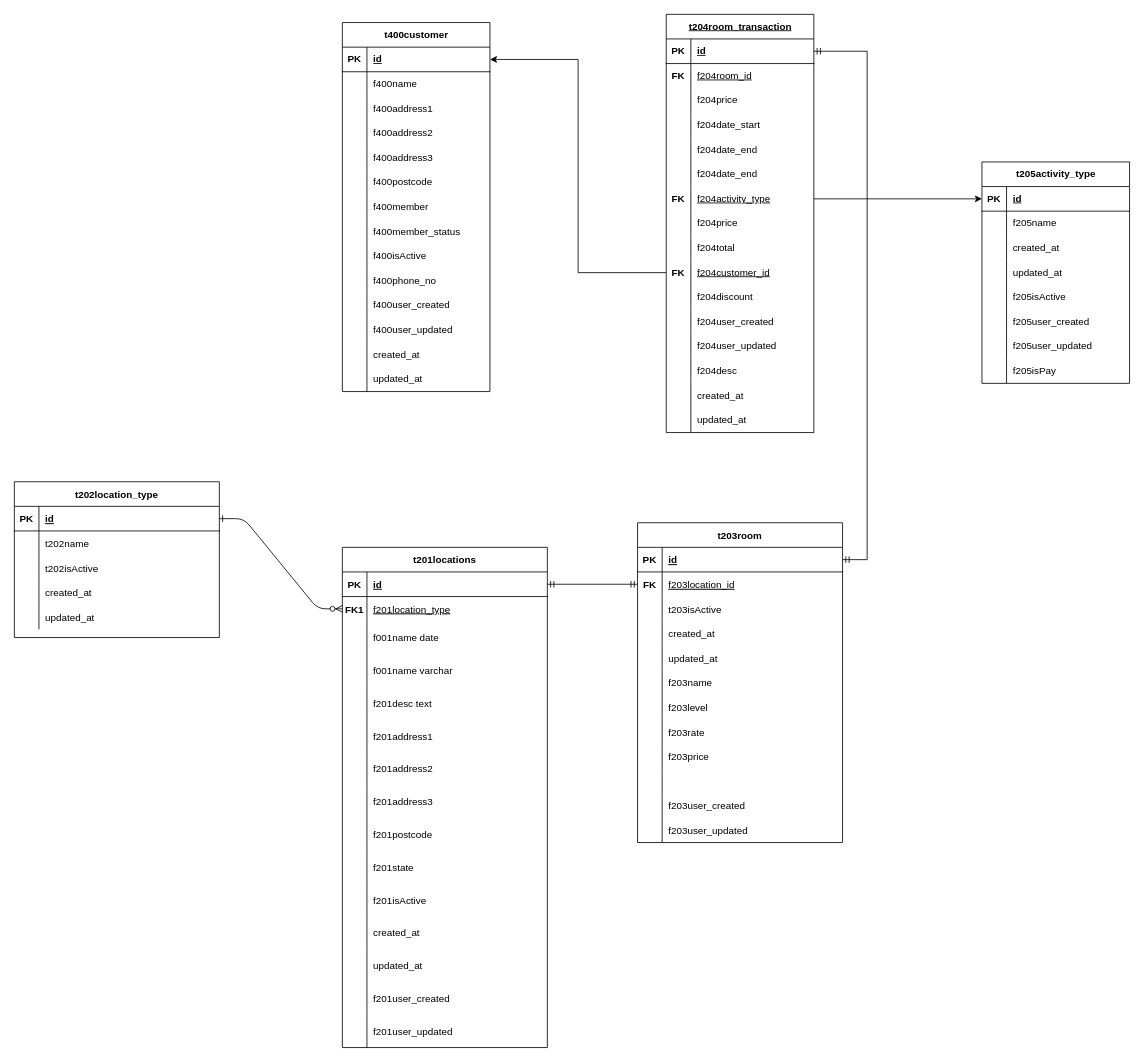
Above: page "Rental Activity" (1 of 3) of rentall_app.drawio in harishaikal940322/diagram (draw.io), before the change. Source tidied: cells renumbered, new cells numbered last; positions are measured from the earlier drawing's top-left corner, leaving out a move shared by most shapes. Both pictures are drawn from the tidied source at 82%, with x=0, y=0 at pixel (14, 14).
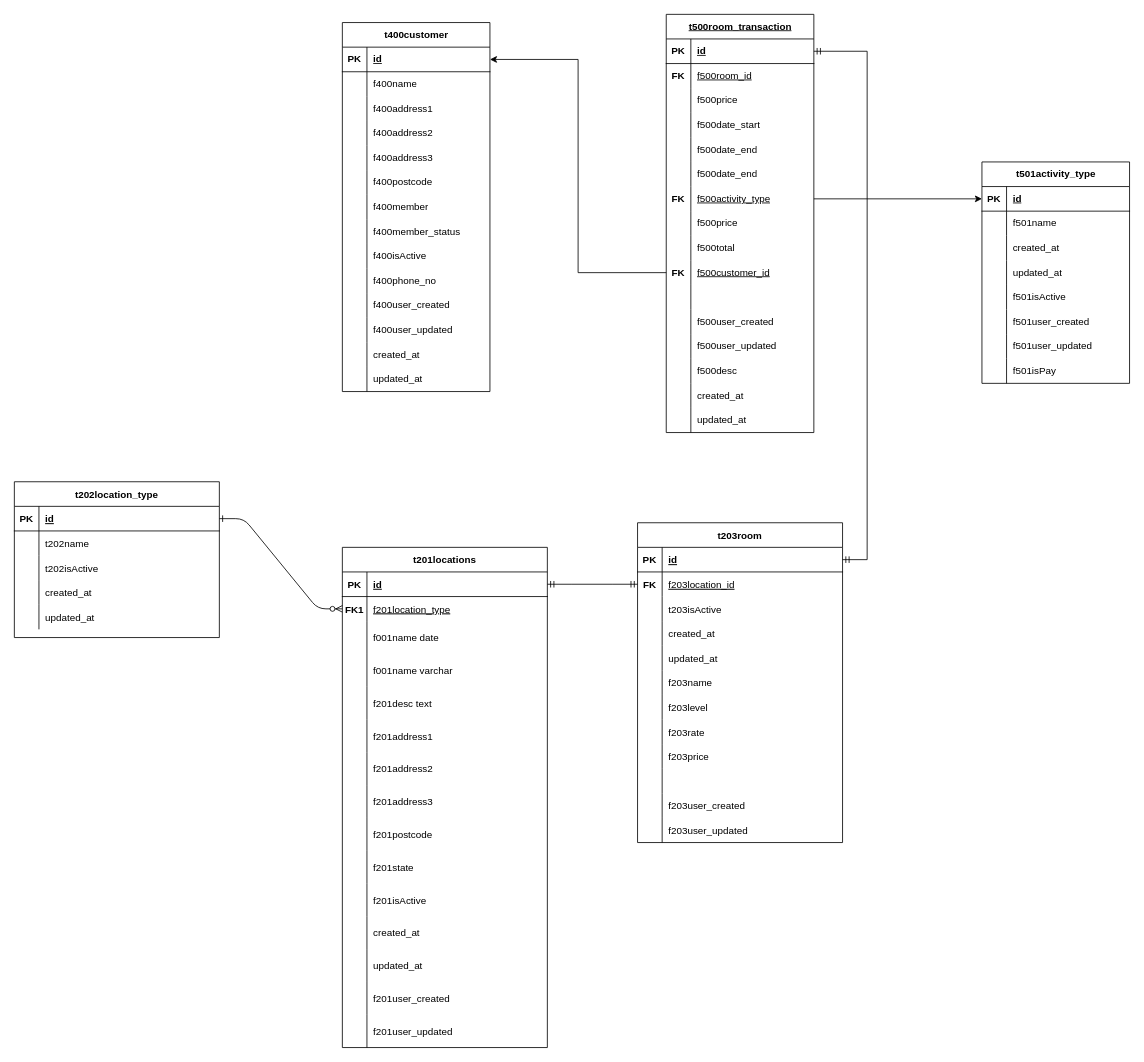
The same page after the edit.

The change refers to these unchanged cells:
```xml
<mxCell id="106" style="shape=tableRow;horizontal=0;startSize=0;swimlaneHead=0;swimlaneBody=0;fillColor=none;top=0;left=0;right=0;bottom=0;" parent="102" vertex="1">
  <mxGeometry y="60" width="180" height="30" as="geometry" />
</mxCell>
<mxCell id="109" style="shape=tableRow;horizontal=0;startSize=0;swimlaneHead=0;swimlaneBody=0;fillColor=none;top=0;left=0;right=0;bottom=0;" parent="102" vertex="1">
  <mxGeometry y="90" width="180" height="30" as="geometry" />
</mxCell>
<mxCell id="112" style="shape=tableRow;horizontal=0;startSize=0;swimlaneHead=0;swimlaneBody=0;fillColor=none;top=0;left=0;right=0;bottom=0;" parent="102" vertex="1">
  <mxGeometry y="120" width="180" height="30" as="geometry" />
</mxCell>
<mxCell id="115" style="shape=tableRow;horizontal=0;startSize=0;swimlaneHead=0;swimlaneBody=0;fillColor=none;top=0;left=0;right=0;bottom=0;" parent="102" vertex="1">
  <mxGeometry y="150" width="180" height="30" as="geometry" />
</mxCell>
<mxCell id="118" style="shape=tableRow;horizontal=0;startSize=0;swimlaneHead=0;swimlaneBody=0;fillColor=none;top=0;left=0;right=0;bottom=0;" parent="102" vertex="1">
  <mxGeometry y="180" width="180" height="30" as="geometry" />
</mxCell>
<mxCell id="121" style="shape=tableRow;horizontal=0;startSize=0;swimlaneHead=0;swimlaneBody=0;fillColor=none;points=[[0,0.5],[1,0.5]];portConstraint=eastwest;top=0;left=0;right=0;bottom=0;" parent="102" vertex="1">
  <mxGeometry y="210" width="180" height="30" as="geometry" />
</mxCell>
<mxCell id="124" style="shape=tableRow;horizontal=0;startSize=0;swimlaneHead=0;swimlaneBody=0;fillColor=none;top=0;left=0;right=0;bottom=0;" parent="102" vertex="1">
  <mxGeometry y="240" width="180" height="30" as="geometry" />
</mxCell>
<mxCell id="127" style="shape=tableRow;horizontal=0;startSize=0;swimlaneHead=0;swimlaneBody=0;fillColor=none;top=0;left=0;right=0;bottom=0;" parent="102" vertex="1">
  <mxGeometry y="270" width="180" height="30" as="geometry" />
</mxCell>
<mxCell id="130" style="shape=tableRow;horizontal=0;startSize=0;swimlaneHead=0;swimlaneBody=0;fillColor=none;points=[[0,0.5],[1,0.5]];portConstraint=eastwest;top=0;left=0;right=0;bottom=0;" parent="102" vertex="1">
  <mxGeometry y="300" width="180" height="30" as="geometry" />
</mxCell>
<mxCell id="133" style="shape=tableRow;horizontal=0;startSize=0;swimlaneHead=0;swimlaneBody=0;fillColor=none;top=0;left=0;right=0;bottom=0;" parent="102" vertex="1">
  <mxGeometry y="330" width="180" height="30" as="geometry" />
</mxCell>
<mxCell id="136" style="shape=tableRow;horizontal=0;startSize=0;swimlaneHead=0;swimlaneBody=0;fillColor=none;top=0;left=0;right=0;bottom=0;" parent="102" vertex="1">
  <mxGeometry y="360" width="180" height="30" as="geometry" />
</mxCell>
<mxCell id="139" style="shape=tableRow;horizontal=0;startSize=0;swimlaneHead=0;swimlaneBody=0;fillColor=none;top=0;left=0;right=0;bottom=0;" parent="102" vertex="1">
  <mxGeometry y="390" width="180" height="30" as="geometry" />
</mxCell>
<mxCell id="142" style="shape=tableRow;horizontal=0;startSize=0;swimlaneHead=0;swimlaneBody=0;fillColor=none;top=0;left=0;right=0;bottom=0;" parent="102" vertex="1">
  <mxGeometry y="420" width="180" height="30" as="geometry" />
</mxCell>
<mxCell id="157" style="shape=tableRow;horizontal=0;startSize=0;swimlaneHead=0;swimlaneBody=0;fillColor=none;top=0;left=0;right=0;bottom=0;" parent="153" vertex="1">
  <mxGeometry y="60" width="180" height="30" as="geometry" />
</mxCell>
<mxCell id="166" style="shape=tableRow;horizontal=0;startSize=0;swimlaneHead=0;swimlaneBody=0;fillColor=none;top=0;left=0;right=0;bottom=0;" parent="153" vertex="1">
  <mxGeometry y="150" width="180" height="30" as="geometry" />
</mxCell>
<mxCell id="169" style="shape=tableRow;horizontal=0;startSize=0;swimlaneHead=0;swimlaneBody=0;fillColor=none;top=0;left=0;right=0;bottom=0;" parent="153" vertex="1">
  <mxGeometry y="180" width="180" height="30" as="geometry" />
</mxCell>
<mxCell id="172" style="shape=tableRow;horizontal=0;startSize=0;swimlaneHead=0;swimlaneBody=0;fillColor=none;top=0;left=0;right=0;bottom=0;" parent="153" vertex="1">
  <mxGeometry y="210" width="180" height="30" as="geometry" />
</mxCell>
<mxCell id="175" style="shape=tableRow;horizontal=0;startSize=0;swimlaneHead=0;swimlaneBody=0;fillColor=none;top=0;left=0;right=0;bottom=0;" parent="153" vertex="1">
  <mxGeometry y="240" width="180" height="30" as="geometry" />
</mxCell>
```

Diff of the diagram source:
```diff
@@
-    <mxCell id="102" value="t204room_transaction" style="shape=table;startSize=30;childLayout=tableLayout;rowLines=0;fontStyle=5;align=center;html=1;" parent="1" vertex="1">
+    <mxCell id="102" value="t500room_transaction" style="shape=table;startSize=30;childLayout=tableLayout;rowLines=0;fontStyle=5;align=center;html=1;" parent="1" vertex="1">
       <mxGeometry x="795" width="180" height="510" as="geometry" />
     </mxCell>
@@
-    <mxCell id="108" value="&lt;u&gt;f204room_id&lt;/u&gt;" style="shape=partialRectangle;fillColor=none;top=0;left=0;bottom=0;right=0;align=left;spacingLeft=6;overflow=hidden;whiteSpace=wrap;html=1;" parent="106" vertex="1">
+    <mxCell id="108" value="&lt;u&gt;f500room_id&lt;/u&gt;" style="shape=partialRectangle;fillColor=none;top=0;left=0;bottom=0;right=0;align=left;spacingLeft=6;overflow=hidden;whiteSpace=wrap;html=1;" parent="106" vertex="1">
       <mxGeometry x="30" width="150" height="30" as="geometry" />
     </mxCell>
@@
-    <mxCell id="111" value="f204price" style="shape=partialRectangle;fillColor=none;top=0;left=0;bottom=0;right=0;align=left;spacingLeft=6;overflow=hidden;whiteSpace=wrap;html=1;" parent="109" vertex="1">
+    <mxCell id="111" value="f&lt;span style=&quot;border-color: var(--border-color);&quot;&gt;500&lt;/span&gt;price" style="shape=partialRectangle;fillColor=none;top=0;left=0;bottom=0;right=0;align=left;spacingLeft=6;overflow=hidden;whiteSpace=wrap;html=1;" parent="109" vertex="1">
       <mxGeometry x="30" width="150" height="30" as="geometry" />
     </mxCell>
@@
-    <mxCell id="114" value="f204date_start" style="shape=partialRectangle;fillColor=none;top=0;left=0;bottom=0;right=0;align=left;spacingLeft=6;overflow=hidden;whiteSpace=wrap;html=1;" parent="112" vertex="1">
+    <mxCell id="114" value="f&lt;span style=&quot;border-color: var(--border-color);&quot;&gt;500&lt;/span&gt;date_start" style="shape=partialRectangle;fillColor=none;top=0;left=0;bottom=0;right=0;align=left;spacingLeft=6;overflow=hidden;whiteSpace=wrap;html=1;" parent="112" vertex="1">
       <mxGeometry x="30" width="150" height="30" as="geometry" />
     </mxCell>
@@
-    <mxCell id="117" value="f204date_end" style="shape=partialRectangle;fillColor=none;top=0;left=0;bottom=0;right=0;align=left;spacingLeft=6;overflow=hidden;whiteSpace=wrap;html=1;" parent="115" vertex="1">
+    <mxCell id="117" value="f500date_end" style="shape=partialRectangle;fillColor=none;top=0;left=0;bottom=0;right=0;align=left;spacingLeft=6;overflow=hidden;whiteSpace=wrap;html=1;" parent="115" vertex="1">
       <mxGeometry x="30" width="150" height="30" as="geometry" />
     </mxCell>
@@
-    <mxCell id="120" value="f204date_end" style="shape=partialRectangle;fillColor=none;top=0;left=0;bottom=0;right=0;align=left;spacingLeft=6;overflow=hidden;whiteSpace=wrap;html=1;" parent="118" vertex="1">
+    <mxCell id="120" value="f500date_end" style="shape=partialRectangle;fillColor=none;top=0;left=0;bottom=0;right=0;align=left;spacingLeft=6;overflow=hidden;whiteSpace=wrap;html=1;" parent="118" vertex="1">
       <mxGeometry x="30" width="150" height="30" as="geometry" />
     </mxCell>
@@
-    <mxCell id="123" value="&lt;u&gt;f204activity_type&lt;/u&gt;" style="shape=partialRectangle;fillColor=none;top=0;left=0;bottom=0;right=0;align=left;spacingLeft=6;overflow=hidden;whiteSpace=wrap;html=1;" parent="121" vertex="1">
+    <mxCell id="123" value="&lt;u&gt;f500activity_type&lt;/u&gt;" style="shape=partialRectangle;fillColor=none;top=0;left=0;bottom=0;right=0;align=left;spacingLeft=6;overflow=hidden;whiteSpace=wrap;html=1;" parent="121" vertex="1">
       <mxGeometry x="30" width="150" height="30" as="geometry" />
     </mxCell>
@@
-    <mxCell id="126" value="f204price" style="shape=partialRectangle;fillColor=none;top=0;left=0;bottom=0;right=0;align=left;spacingLeft=6;overflow=hidden;whiteSpace=wrap;html=1;" parent="124" vertex="1">
+    <mxCell id="126" value="f500price" style="shape=partialRectangle;fillColor=none;top=0;left=0;bottom=0;right=0;align=left;spacingLeft=6;overflow=hidden;whiteSpace=wrap;html=1;" parent="124" vertex="1">
       <mxGeometry x="30" width="150" height="30" as="geometry" />
     </mxCell>
@@
-    <mxCell id="129" value="f204total" style="shape=partialRectangle;fillColor=none;top=0;left=0;bottom=0;right=0;align=left;spacingLeft=6;overflow=hidden;whiteSpace=wrap;html=1;" parent="127" vertex="1">
+    <mxCell id="129" value="f500total" style="shape=partialRectangle;fillColor=none;top=0;left=0;bottom=0;right=0;align=left;spacingLeft=6;overflow=hidden;whiteSpace=wrap;html=1;" parent="127" vertex="1">
       <mxGeometry x="30" width="150" height="30" as="geometry" />
     </mxCell>
@@
-    <mxCell id="132" value="f204customer_id" style="shape=partialRectangle;fillColor=none;top=0;left=0;bottom=0;right=0;align=left;spacingLeft=6;overflow=hidden;whiteSpace=wrap;html=1;fontStyle=4;" parent="130" vertex="1">
+    <mxCell id="132" value="f500customer_id" style="shape=partialRectangle;fillColor=none;top=0;left=0;bottom=0;right=0;align=left;spacingLeft=6;overflow=hidden;whiteSpace=wrap;html=1;fontStyle=4;" parent="130" vertex="1">
       <mxGeometry x="30" width="150" height="30" as="geometry" />
     </mxCell>
@@
-    <mxCell id="135" value="f204discount" style="shape=partialRectangle;fillColor=none;top=0;left=0;bottom=0;right=0;align=left;spacingLeft=6;overflow=hidden;whiteSpace=wrap;html=1;fontStyle=0;" parent="133" vertex="1">
+    <mxCell id="135" style="shape=partialRectangle;fillColor=none;top=0;left=0;bottom=0;right=0;align=left;spacingLeft=6;overflow=hidden;whiteSpace=wrap;html=1;fontStyle=0;" parent="133" vertex="1">
       <mxGeometry x="30" width="150" height="30" as="geometry" />
     </mxCell>
@@
-    <mxCell id="138" value="f204user_created" style="shape=partialRectangle;fillColor=none;top=0;left=0;bottom=0;right=0;align=left;spacingLeft=6;overflow=hidden;whiteSpace=wrap;html=1;fontStyle=0;" parent="136" vertex="1">
+    <mxCell id="138" value="f500user_created" style="shape=partialRectangle;fillColor=none;top=0;left=0;bottom=0;right=0;align=left;spacingLeft=6;overflow=hidden;whiteSpace=wrap;html=1;fontStyle=0;" parent="136" vertex="1">
       <mxGeometry x="30" width="150" height="30" as="geometry" />
     </mxCell>
@@
-    <mxCell id="141" value="f204user_updated" style="shape=partialRectangle;fillColor=none;top=0;left=0;bottom=0;right=0;align=left;spacingLeft=6;overflow=hidden;whiteSpace=wrap;html=1;fontStyle=0;" parent="139" vertex="1">
+    <mxCell id="141" value="f500user_updated" style="shape=partialRectangle;fillColor=none;top=0;left=0;bottom=0;right=0;align=left;spacingLeft=6;overflow=hidden;whiteSpace=wrap;html=1;fontStyle=0;" parent="139" vertex="1">
       <mxGeometry x="30" width="150" height="30" as="geometry" />
     </mxCell>
@@
-    <mxCell id="144" value="f204desc" style="shape=partialRectangle;fillColor=none;top=0;left=0;bottom=0;right=0;align=left;spacingLeft=6;overflow=hidden;whiteSpace=wrap;html=1;fontStyle=0;" parent="142" vertex="1">
+    <mxCell id="144" value="f500desc" style="shape=partialRectangle;fillColor=none;top=0;left=0;bottom=0;right=0;align=left;spacingLeft=6;overflow=hidden;whiteSpace=wrap;html=1;fontStyle=0;" parent="142" vertex="1">
       <mxGeometry x="30" width="150" height="30" as="geometry" />
     </mxCell>
@@
-    <mxCell id="153" value="t205activity_type" style="shape=table;startSize=30;childLayout=tableLayout;rowLines=0;fontStyle=1;align=center;html=1;" parent="1" vertex="1">
+    <mxCell id="153" value="t501activity_type" style="shape=table;startSize=30;childLayout=tableLayout;rowLines=0;fontStyle=1;align=center;html=1;" parent="1" vertex="1">
       <mxGeometry x="1180" y="180" width="180" height="270" as="geometry" />
     </mxCell>
@@
-    <mxCell id="159" value="f205name" style="shape=partialRectangle;fillColor=none;top=0;left=0;bottom=0;right=0;align=left;spacingLeft=6;overflow=hidden;whiteSpace=wrap;html=1;" parent="157" vertex="1">
+    <mxCell id="159" value="f501name" style="shape=partialRectangle;fillColor=none;top=0;left=0;bottom=0;right=0;align=left;spacingLeft=6;overflow=hidden;whiteSpace=wrap;html=1;" parent="157" vertex="1">
       <mxGeometry x="30" width="150" height="30" as="geometry" />
     </mxCell>
@@
-    <mxCell id="168" value="f205isActive" style="shape=partialRectangle;fillColor=none;top=0;left=0;bottom=0;right=0;align=left;spacingLeft=6;overflow=hidden;whiteSpace=wrap;html=1;" parent="166" vertex="1">
+    <mxCell id="168" value="f501isActive" style="shape=partialRectangle;fillColor=none;top=0;left=0;bottom=0;right=0;align=left;spacingLeft=6;overflow=hidden;whiteSpace=wrap;html=1;" parent="166" vertex="1">
       <mxGeometry x="30" width="150" height="30" as="geometry" />
     </mxCell>
@@
-    <mxCell id="171" value="f205user_created" style="shape=partialRectangle;fillColor=none;top=0;left=0;bottom=0;right=0;align=left;spacingLeft=6;overflow=hidden;whiteSpace=wrap;html=1;" parent="169" vertex="1">
+    <mxCell id="171" value="f501user_created" style="shape=partialRectangle;fillColor=none;top=0;left=0;bottom=0;right=0;align=left;spacingLeft=6;overflow=hidden;whiteSpace=wrap;html=1;" parent="169" vertex="1">
       <mxGeometry x="30" width="150" height="30" as="geometry" />
     </mxCell>
@@
-    <mxCell id="174" value="f205user_updated" style="shape=partialRectangle;fillColor=none;top=0;left=0;bottom=0;right=0;align=left;spacingLeft=6;overflow=hidden;whiteSpace=wrap;html=1;" parent="172" vertex="1">
+    <mxCell id="174" value="f501user_updated" style="shape=partialRectangle;fillColor=none;top=0;left=0;bottom=0;right=0;align=left;spacingLeft=6;overflow=hidden;whiteSpace=wrap;html=1;" parent="172" vertex="1">
       <mxGeometry x="30" width="150" height="30" as="geometry" />
     </mxCell>
@@
-    <mxCell id="177" value="f205isPay" style="shape=partialRectangle;fillColor=none;top=0;left=0;bottom=0;right=0;align=left;spacingLeft=6;overflow=hidden;whiteSpace=wrap;html=1;" parent="175" vertex="1">
+    <mxCell id="177" value="f501isPay" style="shape=partialRectangle;fillColor=none;top=0;left=0;bottom=0;right=0;align=left;spacingLeft=6;overflow=hidden;whiteSpace=wrap;html=1;" parent="175" vertex="1">
       <mxGeometry x="30" width="150" height="30" as="geometry" />
     </mxCell>
```
